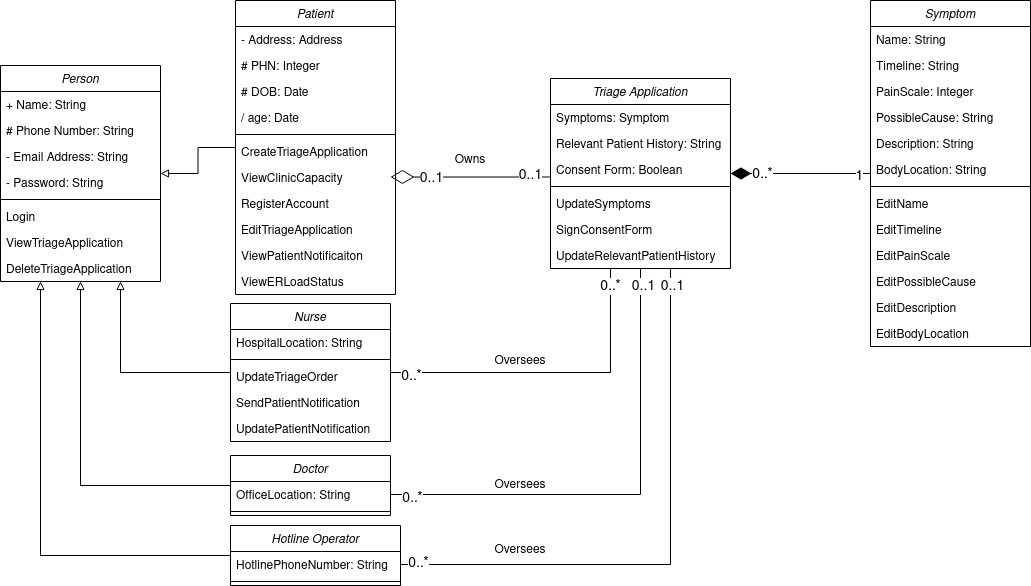
Before: Milestone2/Diagrams/pngs/classdiagram.drawio.png, a diagram exported from draw.io (SENG-350-2024-fall/Team5). Source tidied: cells renumbered, new cells last; positions are measured from the earlier drawing's top-left corner, leaving out a move shared by most shapes.
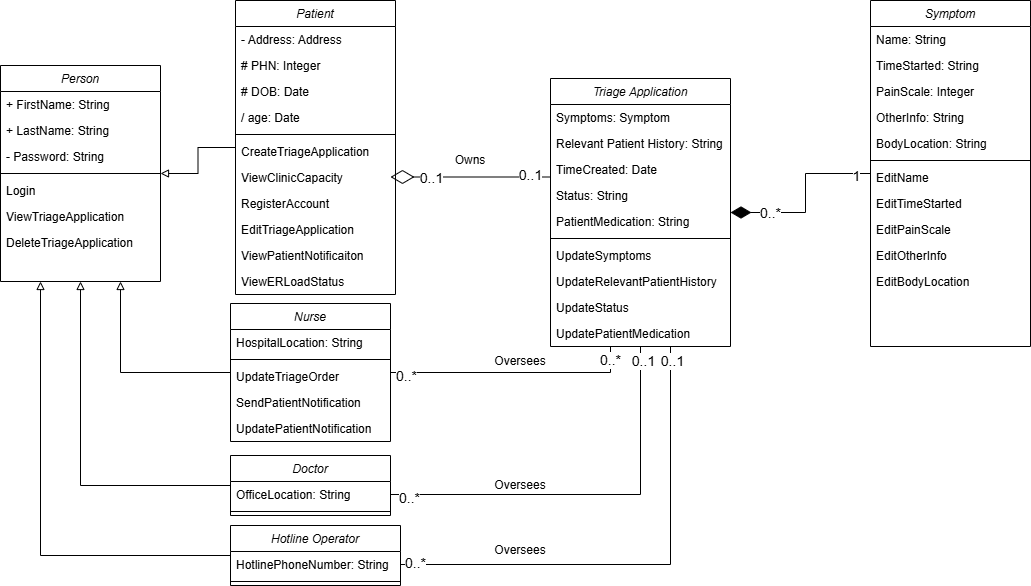
The same diagram one commit later.

What changed in the source:
```diff
@@ -55,29 +55,26 @@
     <mxCell id="17" value="Person" style="swimlane;fontStyle=2;align=center;verticalAlign=top;horizontal=1;startSize=26;rounded=0;shadow=0;strokeWidth=1;" parent="1" vertex="1">
       <mxGeometry y="65" width="160" height="216" as="geometry" />
     </mxCell>
-    <mxCell id="18" value="+ Name: String" style="text;align=left;verticalAlign=top;spacingLeft=4;spacingRight=4;overflow=hidden;" parent="17" vertex="1">
+    <mxCell id="18" value="+ FirstName: String" style="text;align=left;verticalAlign=top;spacingLeft=4;spacingRight=4;overflow=hidden;" parent="17" vertex="1">
       <mxGeometry y="26" width="160" height="26" as="geometry" />
     </mxCell>
-    <mxCell id="19" value="# Phone Number: String" style="text;align=left;verticalAlign=top;spacingLeft=4;spacingRight=4;overflow=hidden;rounded=0;shadow=0;html=0;" parent="17" vertex="1">
-      <mxGeometry y="52" width="160" height="26" as="geometry" />
-    </mxCell>
-    <mxCell id="20" value="- Email Address: String" style="text;align=left;verticalAlign=top;spacingLeft=4;spacingRight=4;overflow=hidden;rounded=0;shadow=0;html=0;" parent="17" vertex="1">
-      <mxGeometry y="78" width="160" height="26" as="geometry" />
-    </mxCell>
+    <mxCell id="79" value="+ LastName: String" style="text;align=left;verticalAlign=top;spacingLeft=4;spacingRight=4;overflow=hidden;" parent="17" vertex="1">
+      <mxGeometry y="52" width="160" height="26" as="geometry" />
+    </mxCell>
     <mxCell id="21" value="- Password: String" style="text;align=left;verticalAlign=top;spacingLeft=4;spacingRight=4;overflow=hidden;rounded=0;shadow=0;html=0;" parent="17" vertex="1">
-      <mxGeometry y="104" width="160" height="26" as="geometry" />
+      <mxGeometry y="78" width="160" height="26" as="geometry" />
     </mxCell>
     <mxCell id="22" style="line;html=1;strokeWidth=1;align=left;verticalAlign=middle;spacingTop=-1;spacingLeft=3;spacingRight=3;labelPosition=right;" parent="17" vertex="1">
-      <mxGeometry y="130" width="160" height="8" as="geometry" />
+      <mxGeometry y="104" width="160" height="8" as="geometry" />
     </mxCell>
     <mxCell id="23" value="Login" style="text;align=left;verticalAlign=top;spacingLeft=4;spacingRight=4;overflow=hidden;" parent="17" vertex="1">
-      <mxGeometry y="138" width="160" height="26" as="geometry" />
+      <mxGeometry y="112" width="160" height="26" as="geometry" />
     </mxCell>
     <mxCell id="24" value="ViewTriageApplication" style="text;align=left;verticalAlign=top;spacingLeft=4;spacingRight=4;overflow=hidden;" parent="17" vertex="1">
-      <mxGeometry y="164" width="160" height="26" as="geometry" />
+      <mxGeometry y="138" width="160" height="26" as="geometry" />
     </mxCell>
     <mxCell id="25" value="DeleteTriageApplication" style="text;align=left;verticalAlign=top;spacingLeft=4;spacingRight=4;overflow=hidden;" parent="17" vertex="1">
-      <mxGeometry y="190" width="160" height="26" as="geometry" />
+      <mxGeometry y="164" width="160" height="26" as="geometry" />
     </mxCell>
     <mxCell id="26" style="edgeStyle=orthogonalEdgeStyle;rounded=0;jettySize=auto;html=1;endArrow=block;endFill=0;entryX=0.75;entryY=1;entryDx=0;entryDy=0;" parent="1" edge="1" source="30" target="17">
       <mxGeometry relative="1" as="geometry" />
@@ -138,7 +135,7 @@
       <mxGeometry y="52" width="170" height="8" as="geometry" />
     </mxCell>
     <mxCell id="44" value="Triage Application" style="swimlane;fontStyle=2;align=center;verticalAlign=top;horizontal=1;startSize=26;rounded=0;shadow=0;strokeWidth=1;" parent="1" vertex="1">
-      <mxGeometry x="550" y="78" width="180" height="190" as="geometry" />
+      <mxGeometry x="550" y="78" width="180" height="268" as="geometry" />
     </mxCell>
     <mxCell id="45" value="Symptoms: Symptom" style="text;align=left;verticalAlign=top;spacingLeft=4;spacingRight=4;overflow=hidden;rounded=0;shadow=0;html=0;" parent="44" vertex="1">
       <mxGeometry y="26" width="180" height="26" as="geometry" />
@@ -146,21 +143,30 @@
     <mxCell id="46" value="Relevant Patient History: String" style="text;align=left;verticalAlign=top;spacingLeft=4;spacingRight=4;overflow=hidden;rounded=0;shadow=0;html=0;" parent="44" vertex="1">
       <mxGeometry y="52" width="180" height="26" as="geometry" />
     </mxCell>
-    <mxCell id="47" value="Consent Form: Boolean" style="text;align=left;verticalAlign=top;spacingLeft=4;spacingRight=4;overflow=hidden;rounded=0;shadow=0;html=0;" parent="44" vertex="1">
-      <mxGeometry y="78" width="180" height="26" as="geometry" />
-    </mxCell>
+    <mxCell id="80" value="TimeCreated: Date" style="text;align=left;verticalAlign=top;spacingLeft=4;spacingRight=4;overflow=hidden;rounded=0;shadow=0;html=0;" parent="44" vertex="1">
+      <mxGeometry y="78" width="180" height="26" as="geometry" />
+    </mxCell>
+    <mxCell id="81" value="Status: String" style="text;align=left;verticalAlign=top;spacingLeft=4;spacingRight=4;overflow=hidden;rounded=0;shadow=0;html=0;" parent="44" vertex="1">
+      <mxGeometry y="104" width="180" height="26" as="geometry" />
+    </mxCell>
+    <mxCell id="82" value="PatientMedication: String" style="text;align=left;verticalAlign=top;spacingLeft=4;spacingRight=4;overflow=hidden;rounded=0;shadow=0;html=0;" parent="44" vertex="1">
+      <mxGeometry y="130" width="180" height="26" as="geometry" />
+    </mxCell>
     <mxCell id="48" style="line;html=1;strokeWidth=1;align=left;verticalAlign=middle;spacingTop=-1;spacingLeft=3;spacingRight=3;labelPosition=right;" parent="44" vertex="1">
-      <mxGeometry y="104" width="180" height="8" as="geometry" />
+      <mxGeometry y="156" width="180" height="8" as="geometry" />
     </mxCell>
     <mxCell id="49" value="UpdateSymptoms" style="text;align=left;verticalAlign=top;spacingLeft=4;spacingRight=4;overflow=hidden;" parent="44" vertex="1">
-      <mxGeometry y="112" width="180" height="26" as="geometry" />
+      <mxGeometry y="164" width="180" height="26" as="geometry" />
     </mxCell>
-    <mxCell id="50" value="SignConsentForm" style="text;align=left;verticalAlign=top;spacingLeft=4;spacingRight=4;overflow=hidden;" parent="44" vertex="1">
-      <mxGeometry y="138" width="180" height="26" as="geometry" />
-    </mxCell>
     <mxCell id="51" value="UpdateRelevantPatientHistory" style="text;align=left;verticalAlign=top;spacingLeft=4;spacingRight=4;overflow=hidden;" parent="44" vertex="1">
-      <mxGeometry y="164" width="180" height="26" as="geometry" />
+      <mxGeometry y="190" width="180" height="26" as="geometry" />
     </mxCell>
+    <mxCell id="83" value="UpdateStatus" style="text;align=left;verticalAlign=top;spacingLeft=4;spacingRight=4;overflow=hidden;" parent="44" vertex="1">
+      <mxGeometry y="216" width="180" height="26" as="geometry" />
+    </mxCell>
+    <mxCell id="84" value="UpdatePatientMedication" style="text;align=left;verticalAlign=top;spacingLeft=4;spacingRight=4;overflow=hidden;" parent="44" vertex="1">
+      <mxGeometry y="242" width="180" height="26" as="geometry" />
+    </mxCell>
     <mxCell id="52" style="edgeStyle=orthogonalEdgeStyle;rounded=0;jettySize=auto;html=1;endArrow=diamondThin;endFill=1;strokeWidth=1;endSize=18;" parent="1" edge="1" source="55" target="44">
       <mxGeometry relative="1" as="geometry" />
     </mxCell>
@@ -178,41 +184,35 @@
     <mxCell id="56" value="Name: String" style="text;align=left;verticalAlign=top;spacingLeft=4;spacingRight=4;overflow=hidden;rounded=0;shadow=0;html=0;" parent="55" vertex="1">
       <mxGeometry y="26" width="160" height="26" as="geometry" />
     </mxCell>
-    <mxCell id="57" value="Timeline: String" style="text;align=left;verticalAlign=top;spacingLeft=4;spacingRight=4;overflow=hidden;rounded=0;shadow=0;html=0;" parent="55" vertex="1">
+    <mxCell id="57" value="TimeStarted: String" style="text;align=left;verticalAlign=top;spacingLeft=4;spacingRight=4;overflow=hidden;rounded=0;shadow=0;html=0;" parent="55" vertex="1">
       <mxGeometry y="52" width="160" height="26" as="geometry" />
     </mxCell>
     <mxCell id="58" value="PainScale: Integer" style="text;align=left;verticalAlign=top;spacingLeft=4;spacingRight=4;overflow=hidden;rounded=0;shadow=0;html=0;" parent="55" vertex="1">
       <mxGeometry y="78" width="160" height="26" as="geometry" />
     </mxCell>
-    <mxCell id="59" value="PossibleCause: String" style="text;align=left;verticalAlign=top;spacingLeft=4;spacingRight=4;overflow=hidden;rounded=0;shadow=0;html=0;" parent="55" vertex="1">
+    <mxCell id="59" value="OtherInfo: String" style="text;align=left;verticalAlign=top;spacingLeft=4;spacingRight=4;overflow=hidden;rounded=0;shadow=0;html=0;" parent="55" vertex="1">
       <mxGeometry y="104" width="160" height="26" as="geometry" />
     </mxCell>
-    <mxCell id="60" value="Description: String" style="text;align=left;verticalAlign=top;spacingLeft=4;spacingRight=4;overflow=hidden;rounded=0;shadow=0;html=0;" parent="55" vertex="1">
-      <mxGeometry y="130" width="160" height="26" as="geometry" />
-    </mxCell>
     <mxCell id="61" value="BodyLocation: String" style="text;align=left;verticalAlign=top;spacingLeft=4;spacingRight=4;overflow=hidden;rounded=0;shadow=0;html=0;" parent="55" vertex="1">
-      <mxGeometry y="156" width="160" height="26" as="geometry" />
+      <mxGeometry y="130" width="160" height="26" as="geometry" />
     </mxCell>
     <mxCell id="62" style="line;html=1;strokeWidth=1;align=left;verticalAlign=middle;spacingTop=-1;spacingLeft=3;spacingRight=3;labelPosition=right;" parent="55" vertex="1">
-      <mxGeometry y="182" width="160" height="8" as="geometry" />
+      <mxGeometry y="156" width="160" height="8" as="geometry" />
     </mxCell>
     <mxCell id="63" value="EditName" style="text;align=left;verticalAlign=top;spacingLeft=4;spacingRight=4;overflow=hidden;" parent="55" vertex="1">
-      <mxGeometry y="190" width="160" height="26" as="geometry" />
+      <mxGeometry y="164" width="160" height="26" as="geometry" />
     </mxCell>
-    <mxCell id="64" value="EditTimeline" style="text;align=left;verticalAlign=top;spacingLeft=4;spacingRight=4;overflow=hidden;" parent="55" vertex="1">
-      <mxGeometry y="216" width="160" height="26" as="geometry" />
+    <mxCell id="64" value="EditTimeStarted" style="text;align=left;verticalAlign=top;spacingLeft=4;spacingRight=4;overflow=hidden;" parent="55" vertex="1">
+      <mxGeometry y="190" width="160" height="26" as="geometry" />
     </mxCell>
     <mxCell id="65" value="EditPainScale" style="text;align=left;verticalAlign=top;spacingLeft=4;spacingRight=4;overflow=hidden;" parent="55" vertex="1">
-      <mxGeometry y="242" width="160" height="26" as="geometry" />
+      <mxGeometry y="216" width="160" height="26" as="geometry" />
     </mxCell>
-    <mxCell id="66" value="EditPossibleCause" style="text;align=left;verticalAlign=top;spacingLeft=4;spacingRight=4;overflow=hidden;" parent="55" vertex="1">
-      <mxGeometry y="268" width="160" height="26" as="geometry" />
+    <mxCell id="66" value="EditOtherInfo" style="text;align=left;verticalAlign=top;spacingLeft=4;spacingRight=4;overflow=hidden;" parent="55" vertex="1">
+      <mxGeometry y="242" width="160" height="26" as="geometry" />
     </mxCell>
-    <mxCell id="67" value="EditDescription" style="text;align=left;verticalAlign=top;spacingLeft=4;spacingRight=4;overflow=hidden;" parent="55" vertex="1">
-      <mxGeometry y="294" width="160" height="26" as="geometry" />
-    </mxCell>
     <mxCell id="68" value="EditBodyLocation" style="text;align=left;verticalAlign=top;spacingLeft=4;spacingRight=4;overflow=hidden;" parent="55" vertex="1">
-      <mxGeometry y="320" width="160" height="26" as="geometry" />
+      <mxGeometry y="268" width="160" height="26" as="geometry" />
     </mxCell>
     <mxCell id="69" style="edgeStyle=orthogonalEdgeStyle;rounded=0;jettySize=auto;html=1;entryX=0.5;entryY=1;entryDx=0;entryDy=0;endArrow=none;endFill=0;" parent="1" edge="1" source="38" target="44">
       <mxGeometry relative="1" as="geometry" />
```
